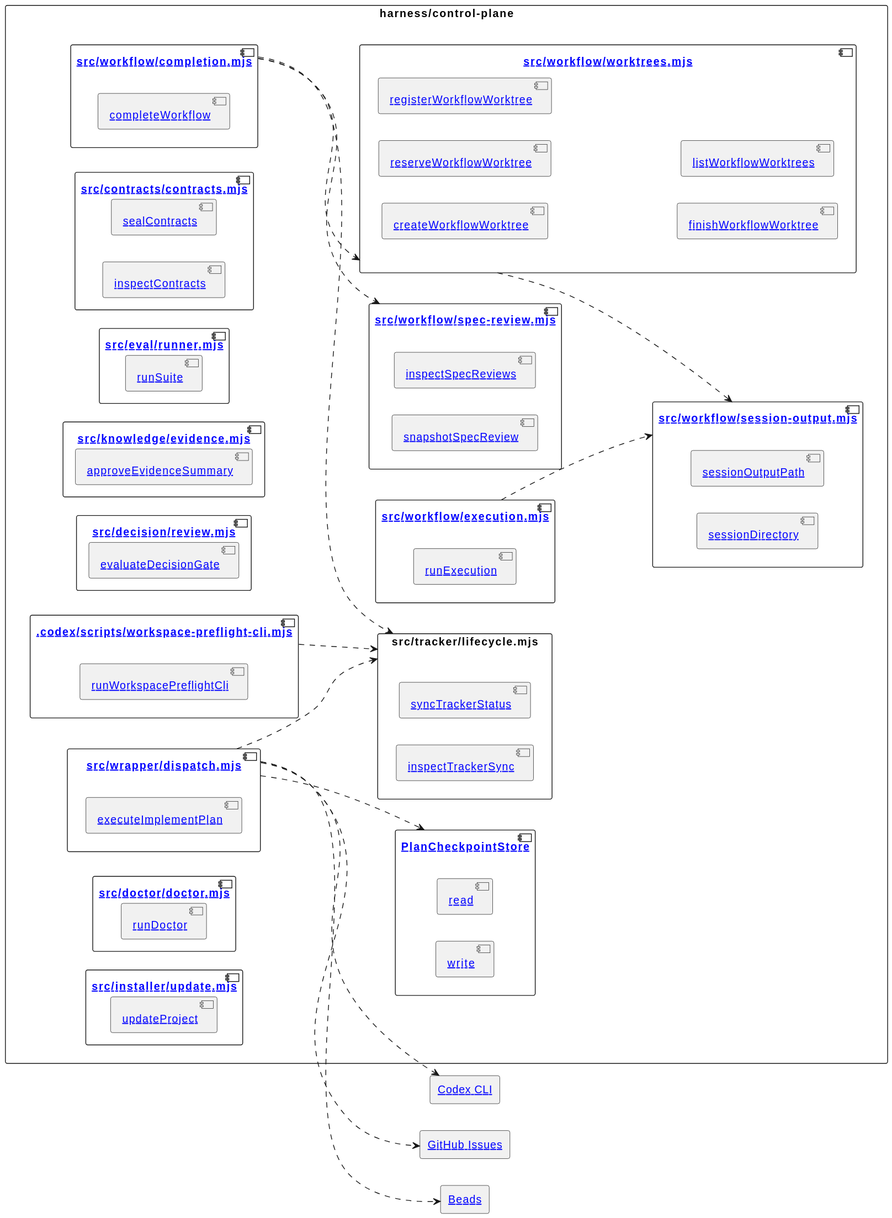
Before: docs/contracts/diagrams/ddd.svg, a diagram exported from PlantUML (omegafrog/harness-codex).
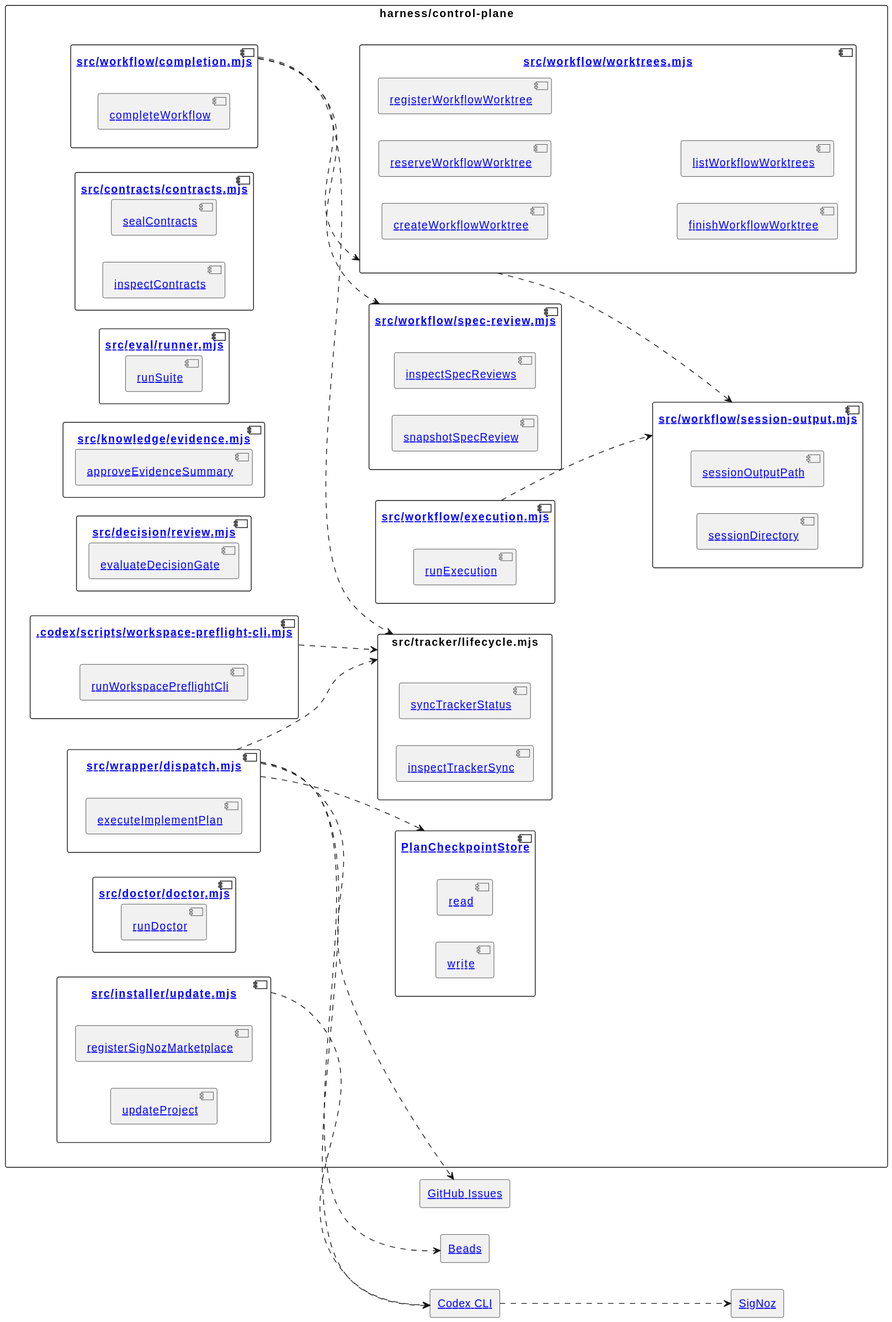
After the commit.

Change to the diagram source:
```diff
@@ -2,11 +2,13 @@
 left to right direction
 skinparam packageStyle rectangle
 rectangle "[[../architecture.md#codex-external Codex CLI]]" as codex
+rectangle "[[../architecture.md#signoz-external SigNoz]]" as signoz
 rectangle "[[../architecture.md#github-external GitHub Issues]]" as github
 rectangle "[[../architecture.md#beads-external Beads]]" as beads
 package "harness/control-plane" as controlPlane [[../architecture.md#control-plane]] {
   component "[[../architecture.md#installer-service src/installer/update.mjs]]" as installer {
     component "[[../architecture.md#update-method updateProject]]" as update
+    component "[[../architecture.md#register-signoz-marketplace-method registerSigNozMarketplace]]" as signozMarketplace
   }
   component "[[../architecture.md#doctor-service src/doctor/doctor.mjs]]" as doctor {
     component "[[../architecture.md#doctor-method runDoctor]]" as doctorRun
@@ -60,6 +62,8 @@
     component "[[../architecture.md#sync-tracker-status syncTrackerStatus]]" as syncTrackerStatus
   }
 }
+installer ..> codex
+codex ..> signoz
 workspace ..> trackerLifecycle
 wrapper ..> trackerLifecycle
 workflowCompletion ..> trackerLifecycle
```
